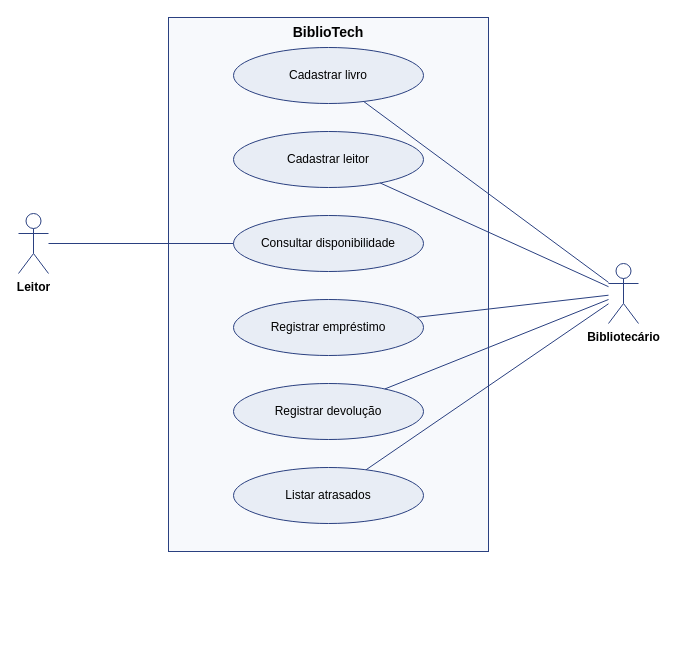
This is exemplo-bibliotech/diagramas/casos-de-uso.drawio from Profe-Berssa-IFPR/2026-APS-modelo, a draw.io file, before an edit. Source tidied: cells renumbered, new cells numbered last; positions are measured from the earlier drawing's top-left corner, leaving out a move shared by most shapes. Both pictures are drawn from the tidied source at 100%, with x=0, y=0 at pixel (18, 17).
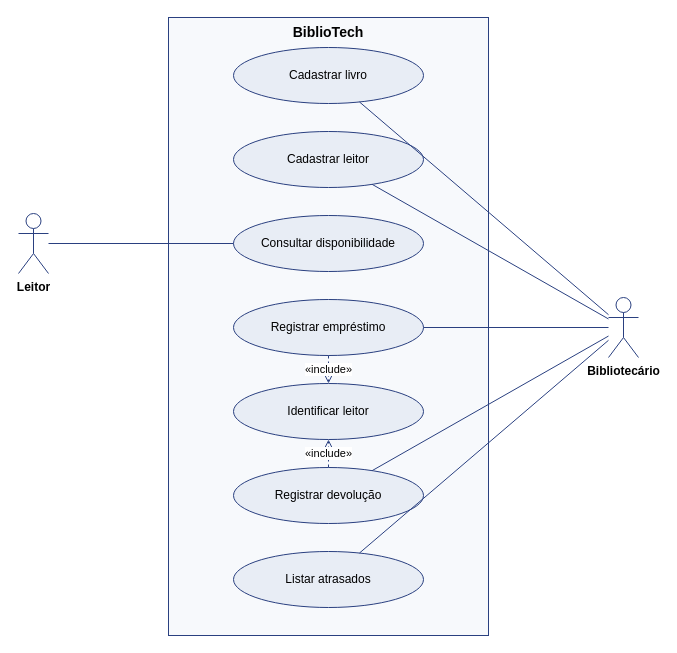
The same page after the edit.

Commit message (it also covers changes not shown here):
Aula 24: o «include» do BiblioTech fica, com dois casos base

The edit, as a diff of the source:
```diff
@@
 <mxGraphModel>
   <root>
     <mxCell id="0" />
     <mxCell id="1" parent="0" />
     <mxCell id="2" value="BiblioTech" style="rounded=0;whiteSpace=wrap;html=1;verticalAlign=top;fontStyle=1;fontSize=14;fillColor=#f7f9fc;strokeColor=#2a4080;" parent="1" vertex="1">
-      <mxGeometry x="150" width="320" height="534" as="geometry" />
+      <mxGeometry x="150" width="320" height="618" as="geometry" />
     </mxCell>
     <mxCell id="3" value="Cadastrar livro" style="ellipse;whiteSpace=wrap;html=1;fillColor=#e8edf5;strokeColor=#2a4080;" parent="1" vertex="1">
       <mxGeometry x="215" y="30" width="190" height="56" as="geometry" />
     </mxCell>
     <mxCell id="4" value="Cadastrar leitor" style="ellipse;whiteSpace=wrap;html=1;fillColor=#e8edf5;strokeColor=#2a4080;" parent="1" vertex="1">
       <mxGeometry x="215" y="114" width="190" height="56" as="geometry" />
     </mxCell>
     <mxCell id="5" value="Consultar disponibilidade" style="ellipse;whiteSpace=wrap;html=1;fillColor=#e8edf5;strokeColor=#2a4080;" parent="1" vertex="1">
       <mxGeometry x="215" y="198" width="190" height="56" as="geometry" />
     </mxCell>
     <mxCell id="6" value="Registrar empréstimo" style="ellipse;whiteSpace=wrap;html=1;fillColor=#e8edf5;strokeColor=#2a4080;" parent="1" vertex="1">
       <mxGeometry x="215" y="282" width="190" height="56" as="geometry" />
     </mxCell>
-    <mxCell id="7" value="Registrar devolução" style="ellipse;whiteSpace=wrap;html=1;fillColor=#e8edf5;strokeColor=#2a4080;" parent="1" vertex="1">
+    <mxCell id="7" value="Identificar leitor" style="ellipse;whiteSpace=wrap;html=1;fillColor=#e8edf5;strokeColor=#2a4080;" parent="1" vertex="1">
       <mxGeometry x="215" y="366" width="190" height="56" as="geometry" />
     </mxCell>
-    <mxCell id="8" value="Listar atrasados" style="ellipse;whiteSpace=wrap;html=1;fillColor=#e8edf5;strokeColor=#2a4080;" parent="1" vertex="1">
+    <mxCell id="8" value="Registrar devolução" style="ellipse;whiteSpace=wrap;html=1;fillColor=#e8edf5;strokeColor=#2a4080;" parent="1" vertex="1">
       <mxGeometry x="215" y="450" width="190" height="56" as="geometry" />
     </mxCell>
+    <mxCell id="17" value="Listar atrasados" style="ellipse;whiteSpace=wrap;html=1;fillColor=#e8edf5;strokeColor=#2a4080;" parent="1" vertex="1">
+      <mxGeometry x="215" y="534" width="190" height="56" as="geometry" />
+    </mxCell>
     <mxCell id="9" value="Leitor" style="shape=umlActor;verticalLabelPosition=bottom;verticalAlign=top;html=1;outlineConnect=0;fontStyle=1;strokeColor=#2a4080;" parent="1" vertex="1">
       <mxGeometry y="196" width="30" height="60" as="geometry" />
     </mxCell>
     <mxCell id="10" value="Bibliotecário" style="shape=umlActor;verticalLabelPosition=bottom;verticalAlign=top;html=1;outlineConnect=0;fontStyle=1;strokeColor=#2a4080;" parent="1" vertex="1">
-      <mxGeometry x="590" y="246" width="30" height="60" as="geometry" />
+      <mxGeometry x="590" y="280" width="30" height="60" as="geometry" />
     </mxCell>
     <mxCell id="11" style="endArrow=none;html=1;rounded=0;strokeColor=#2a4080;" parent="1" edge="1" source="9" target="5">
       <mxGeometry relative="1" as="geometry" />
     </mxCell>
     <mxCell id="12" style="endArrow=none;html=1;rounded=0;strokeColor=#2a4080;" parent="1" edge="1" source="10" target="3">
       <mxGeometry relative="1" as="geometry" />
     </mxCell>
     <mxCell id="13" style="endArrow=none;html=1;rounded=0;strokeColor=#2a4080;" parent="1" edge="1" source="10" target="4">
       <mxGeometry relative="1" as="geometry" />
     </mxCell>
     <mxCell id="14" style="endArrow=none;html=1;rounded=0;strokeColor=#2a4080;" parent="1" edge="1" source="10" target="6">
       <mxGeometry relative="1" as="geometry" />
     </mxCell>
-    <mxCell id="15" style="endArrow=none;html=1;rounded=0;strokeColor=#2a4080;" parent="1" edge="1" source="10" target="7">
+    <mxCell id="15" style="endArrow=none;html=1;rounded=0;strokeColor=#2a4080;" parent="1" edge="1" source="10" target="8">
       <mxGeometry relative="1" as="geometry" />
     </mxCell>
-    <mxCell id="16" style="endArrow=none;html=1;rounded=0;strokeColor=#2a4080;" parent="1" edge="1" source="10" target="8">
+    <mxCell id="16" style="endArrow=none;html=1;rounded=0;strokeColor=#2a4080;" parent="1" edge="1" source="10" target="17">
       <mxGeometry relative="1" as="geometry" />
     </mxCell>
+    <mxCell id="18" value="«include»" style="endArrow=open;endFill=0;dashed=1;html=1;rounded=0;strokeColor=#2a4080;" parent="1" edge="1" source="6" target="7">
+      <mxGeometry relative="1" as="geometry" />
+    </mxCell>
+    <mxCell id="19" value="«include»" style="endArrow=open;endFill=0;dashed=1;html=1;rounded=0;strokeColor=#2a4080;" parent="1" edge="1" source="8" target="7">
+      <mxGeometry relative="1" as="geometry" />
+    </mxCell>
   </root>
 </mxGraphModel>
```
